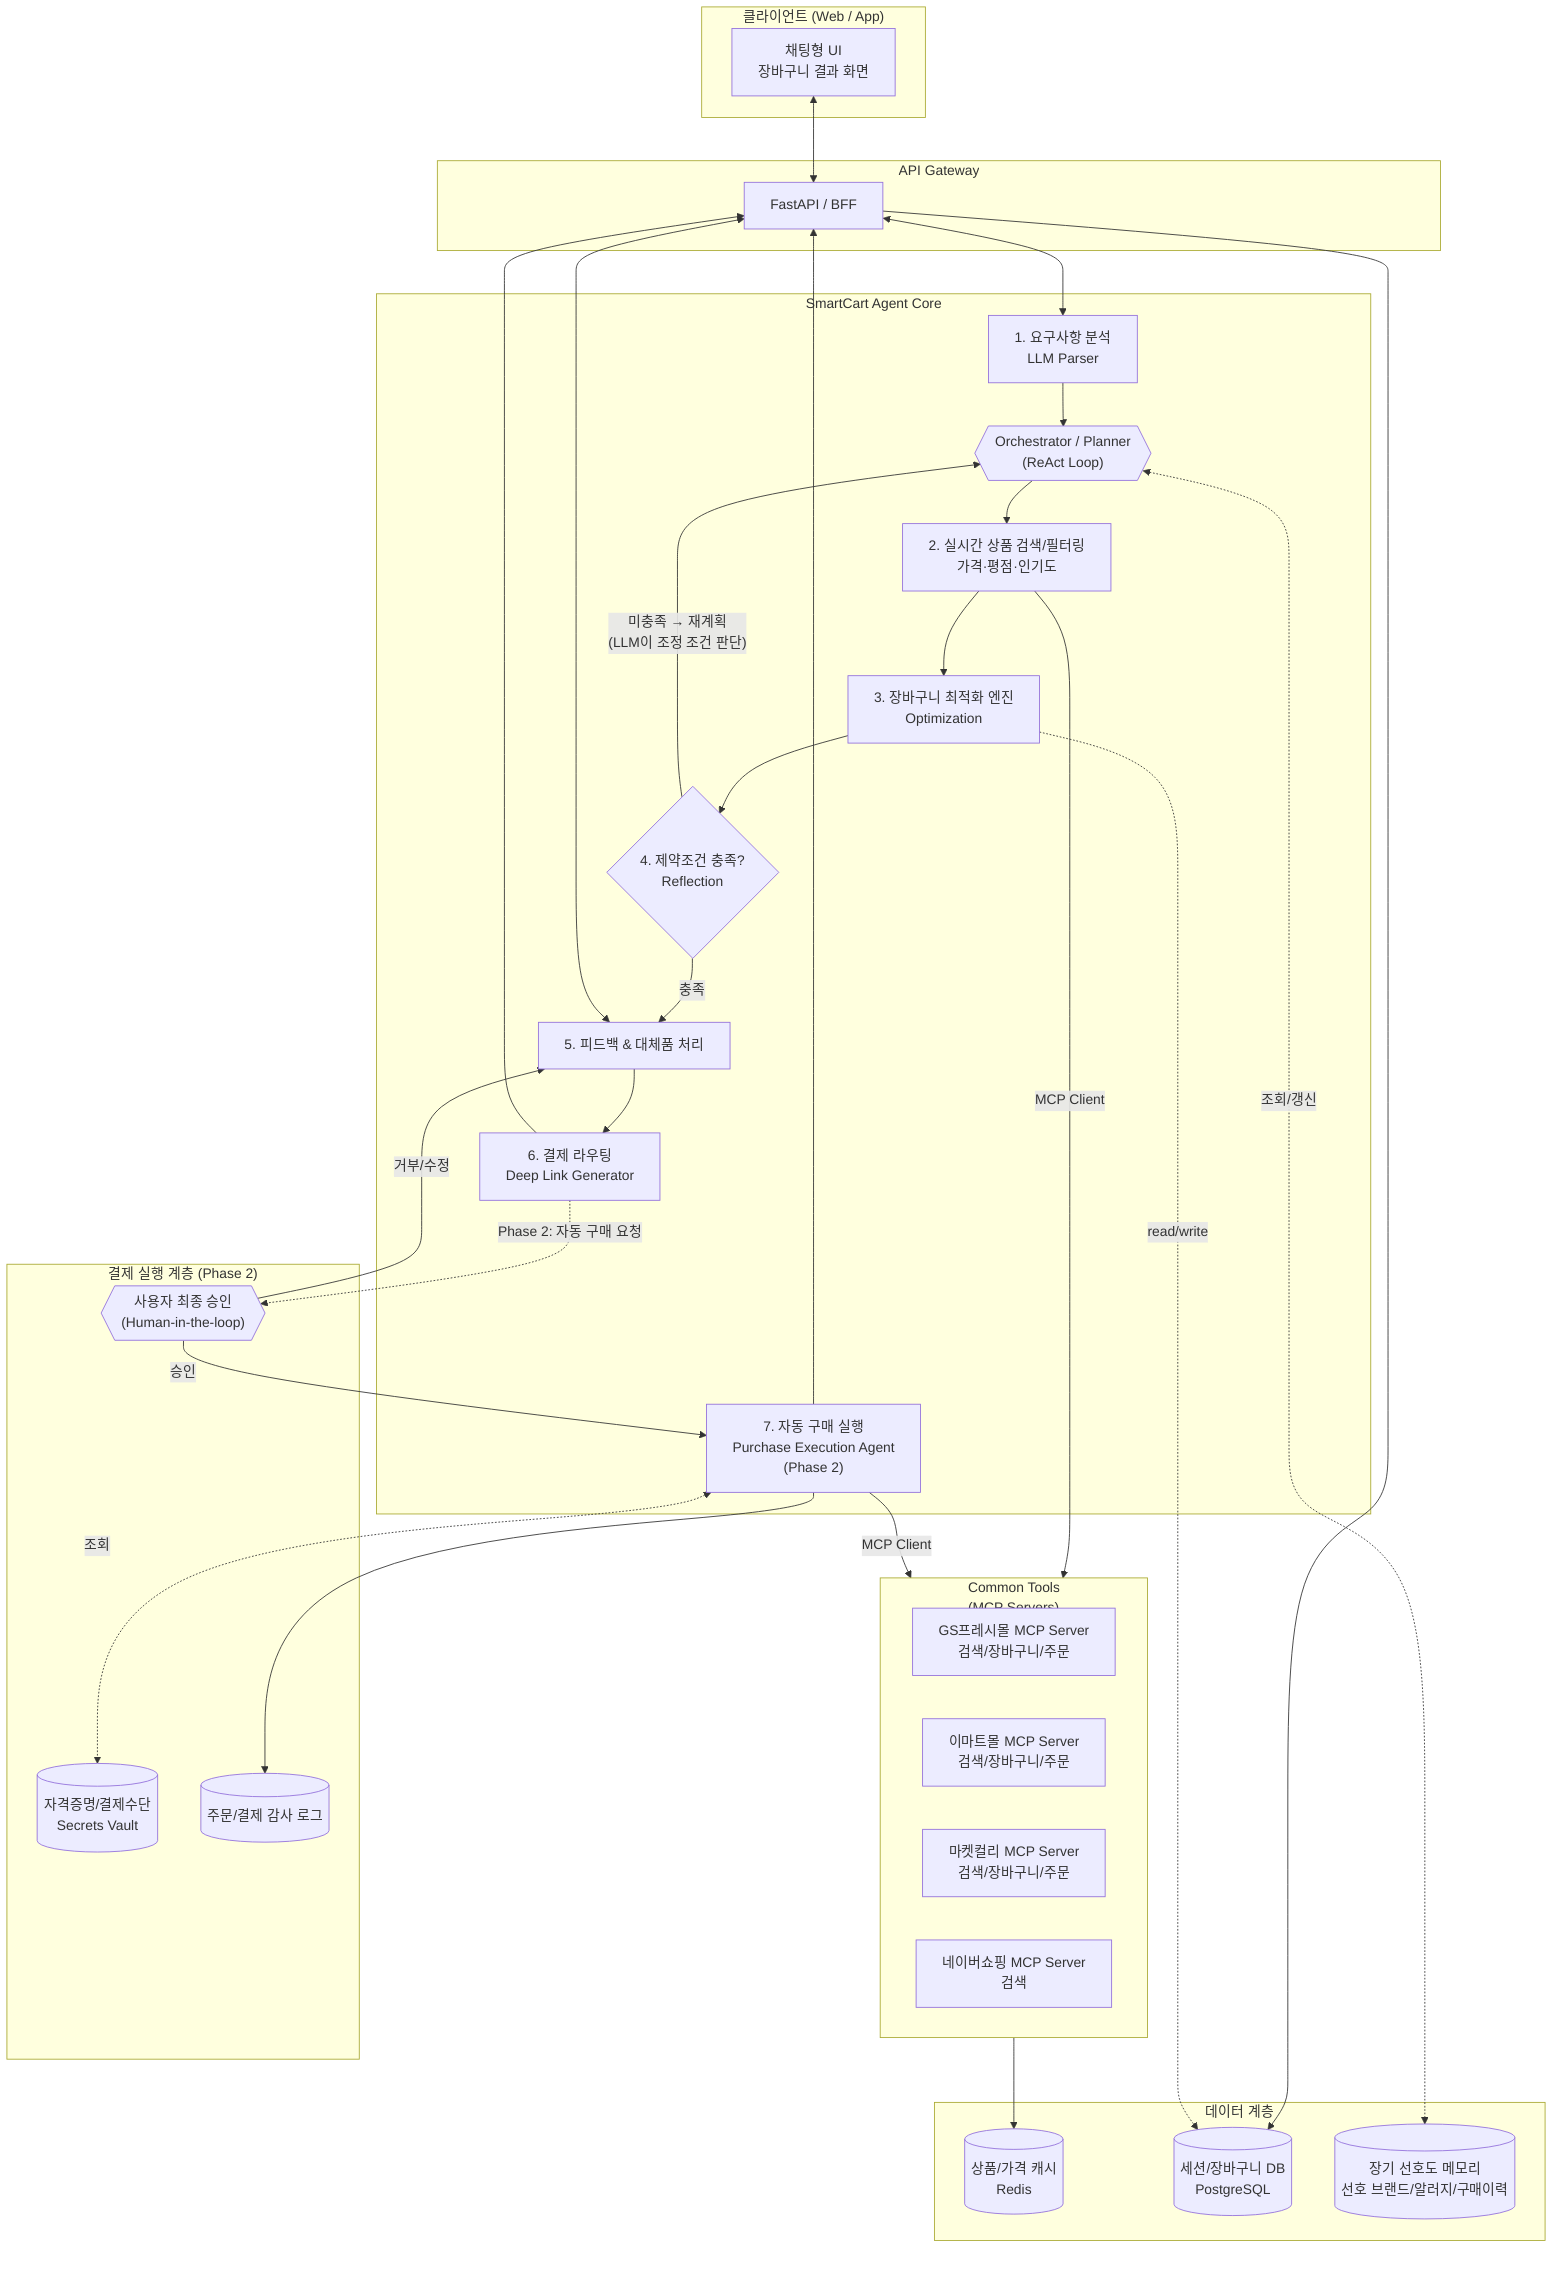
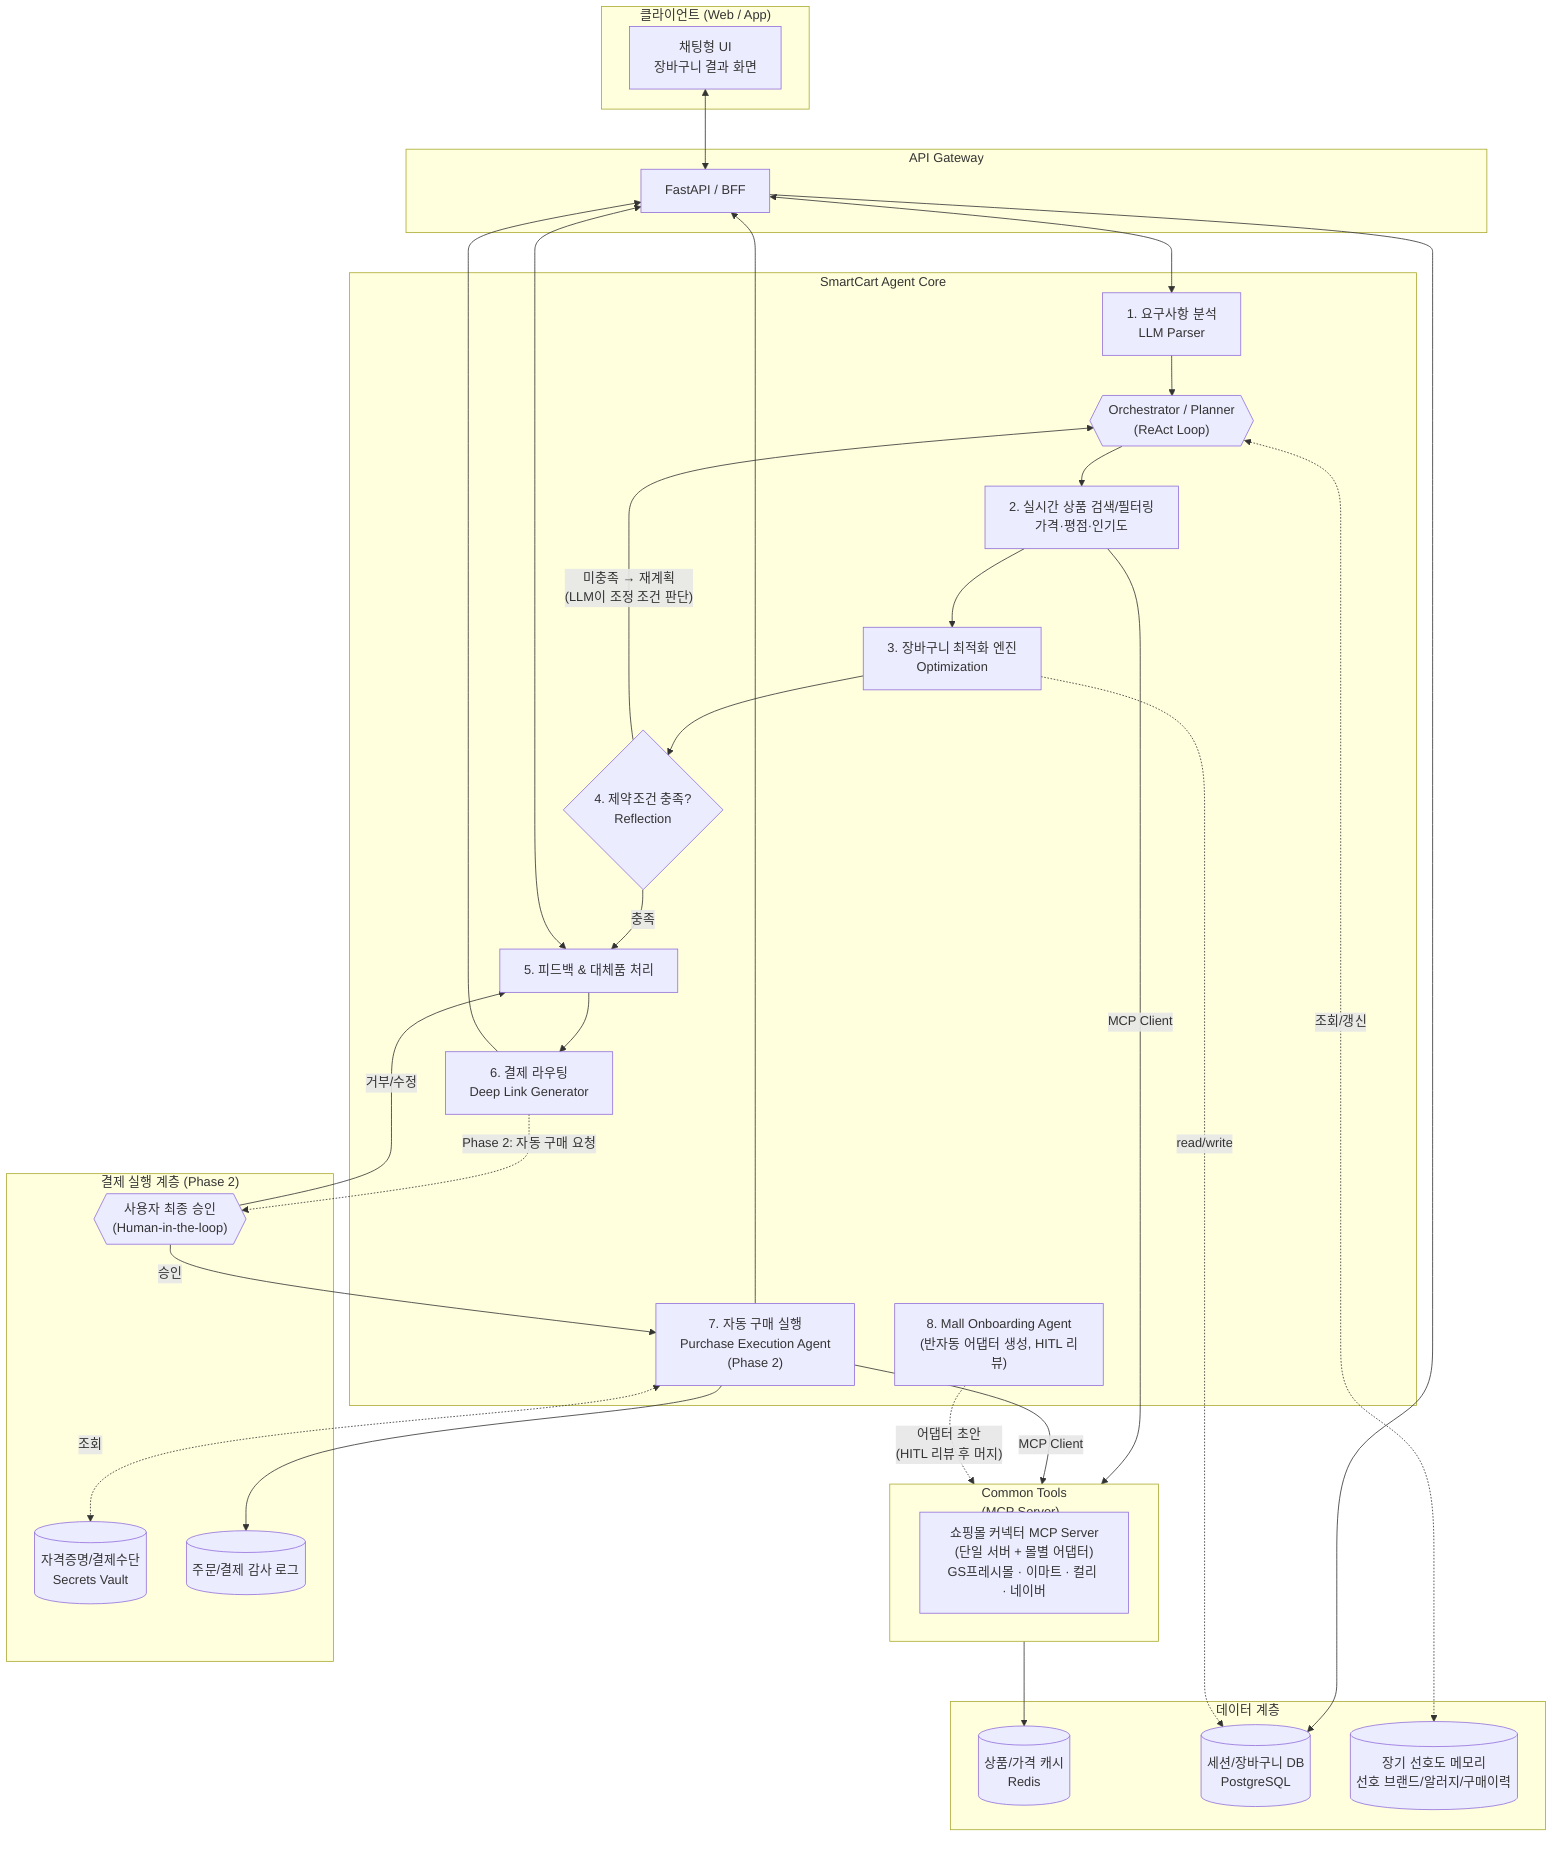
flowchart TB
    subgraph Client["클라이언트 (Web / App)"]
        UI[채팅형 UI<br/>장바구니 결과 화면]
    end

    subgraph Gateway["API Gateway"]
        GW[FastAPI / BFF]
    end

    subgraph Agent["SmartCart Agent Core"]
        Parser[1. 요구사항 분석<br/>LLM Parser]
        Orchestrator{{"Orchestrator / Planner<br/>(ReAct Loop)"}}
        Search[2. 실시간 상품 검색/필터링<br/>가격·평점·인기도]
        Optimizer[3. 장바구니 최적화 엔진<br/>Optimization]
        Reflect{4. 제약조건 충족?<br/>Reflection}
        Feedback[5. 피드백 & 대체품 처리]
        Router[6. 결제 라우팅<br/>Deep Link Generator]
        Purchase["7. 자동 구매 실행<br/>Purchase Execution Agent<br/>(Phase 2)"]
+         Onboarding["8. Mall Onboarding Agent<br/>(반자동 어댑터 생성, HITL 리뷰)"]
    end

-     subgraph Tools["Common Tools<br/>(MCP Servers)"]
-         GSFresh[GS프레시몰 MCP Server<br/>검색/장바구니/주문]
-         Emart[이마트몰 MCP Server<br/>검색/장바구니/주문]
-         Kurly[마켓컬리 MCP Server<br/>검색/장바구니/주문]
-         Naver[네이버쇼핑 MCP Server<br/>검색]
+     subgraph Tools["Common Tools<br/>(MCP Server)"]
+         MallConnector["쇼핑몰 커넥터 MCP Server<br/>(단일 서버 + 몰별 어댑터)<br/>GS프레시몰 · 이마트 · 컬리 · 네이버"]
    end

    subgraph Checkout["결제 실행 계층 (Phase 2)"]
        HITL{{"사용자 최종 승인<br/>(Human-in-the-loop)"}}
        Vault[(자격증명/결제수단<br/>Secrets Vault)]
        AuditLog[(주문/결제 감사 로그)]
    end

    subgraph Data["데이터 계층"]
        Cache[(상품/가격 캐시<br/>Redis)]
        DB[(세션/장바구니 DB<br/>PostgreSQL)]
        Memory[(장기 선호도 메모리<br/>선호 브랜드/알러지/구매이력)]
    end

    UI <--> GW
    GW <--> Parser
    Parser --> Orchestrator
    Orchestrator --> Search
    Search -- "MCP Client" --> Tools
    Tools --> Cache
    Search --> Optimizer
    Optimizer --> Reflect
    Reflect -- "미충족 → 재계획<br/>(LLM이 조정 조건 판단)" --> Orchestrator
    Reflect -- "충족" --> Feedback
    Feedback <--> GW
    Feedback --> Router
    Router --> GW
    Router -. "Phase 2: 자동 구매 요청" .-> HITL
    HITL -- "승인" --> Purchase
    HITL -- "거부/수정" --> Feedback
    Purchase -- "MCP Client" --> Tools
    Purchase <-.조회.-> Vault
    Purchase --> AuditLog
    Purchase --> GW
    GW --> DB
    Optimizer -.read/write.-> DB
    Orchestrator <-.조회/갱신.-> Memory
+     Onboarding -. "어댑터 초안<br/>(HITL 리뷰 후 머지)" .-> Tools
